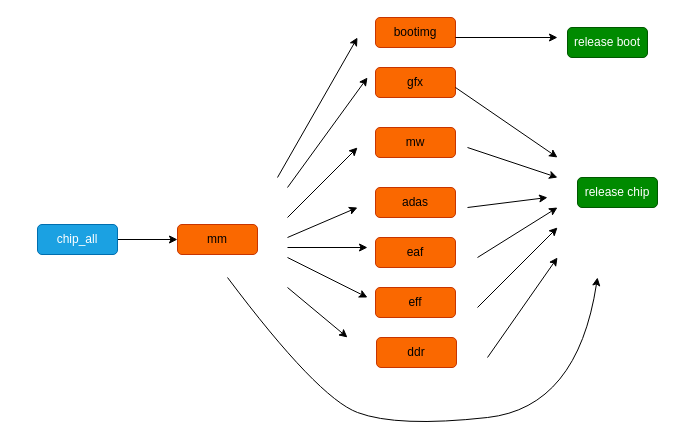
The draw.io diagram 未命名绘图.drawio in heliping/gjson, before the edit. Source tidied: cells renumbered, new cells numbered last; positions are measured from the earlier drawing's top-left corner, leaving out a move shared by most shapes. Both pictures are drawn from the tidied source at 100%, with x=0, y=0 at pixel (37, 17).
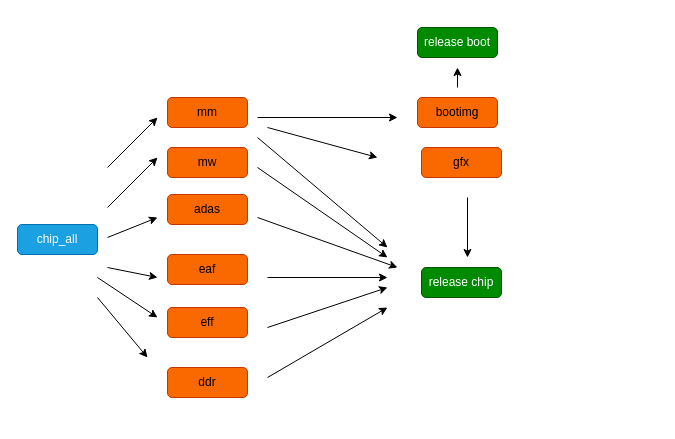
After the change.

What changed in the source:
```diff
@@
-    <mxCell id="2" style="edgeStyle=orthogonalEdgeStyle;rounded=0;jettySize=auto;html=1;" parent="1" edge="1" source="3" target="4">
-      <mxGeometry relative="1" as="geometry" />
-    </mxCell>
     <mxCell id="3" value="chip_all" style="rounded=1;whiteSpace=wrap;html=1;fillColor=#1ba1e2;strokeColor=#006EAF;fontColor=#ffffff;" parent="1" vertex="1">
-      <mxGeometry y="207" width="80" height="30" as="geometry" />
+      <mxGeometry x="-20" y="207" width="80" height="30" as="geometry" />
     </mxCell>
     <mxCell id="4" value="mm" style="rounded=1;whiteSpace=wrap;html=1;fillColor=#fa6800;fontColor=#000000;strokeColor=#C73500;" parent="1" vertex="1">
-      <mxGeometry x="140" y="207" width="80" height="30" as="geometry" />
+      <mxGeometry x="130" y="80" width="80" height="30" as="geometry" />
     </mxCell>
     <mxCell id="5" value="bootimg" style="rounded=1;whiteSpace=wrap;html=1;fillColor=#fa6800;fontColor=#000000;strokeColor=#C73500;" parent="1" vertex="1">
-      <mxGeometry x="338" width="80" height="30" as="geometry" />
+      <mxGeometry x="380" y="80" width="80" height="30" as="geometry" />
     </mxCell>
     <mxCell id="6" value="mw" style="rounded=1;whiteSpace=wrap;html=1;fillColor=#fa6800;fontColor=#000000;strokeColor=#C73500;" parent="1" vertex="1">
-      <mxGeometry x="338" y="110" width="80" height="30" as="geometry" />
+      <mxGeometry x="130" y="130" width="80" height="30" as="geometry" />
     </mxCell>
     <mxCell id="7" value="gfx" style="rounded=1;whiteSpace=wrap;html=1;fillColor=#fa6800;fontColor=#000000;strokeColor=#C73500;" parent="1" vertex="1">
-      <mxGeometry x="338" y="50" width="80" height="30" as="geometry" />
+      <mxGeometry x="384" y="130" width="80" height="30" as="geometry" />
     </mxCell>
     <mxCell id="8" value="adas" style="rounded=1;whiteSpace=wrap;html=1;fillColor=#fa6800;fontColor=#000000;strokeColor=#C73500;" parent="1" vertex="1">
-      <mxGeometry x="338" y="170" width="80" height="30" as="geometry" />
+      <mxGeometry x="130" y="177" width="80" height="30" as="geometry" />
     </mxCell>
     <mxCell id="9" value="eaf" style="rounded=1;whiteSpace=wrap;html=1;fillColor=#fa6800;fontColor=#000000;strokeColor=#C73500;" parent="1" vertex="1">
-      <mxGeometry x="338" y="220" width="80" height="30" as="geometry" />
+      <mxGeometry x="130" y="237" width="80" height="30" as="geometry" />
     </mxCell>
     <mxCell id="10" value="eff" style="rounded=1;whiteSpace=wrap;html=1;fillColor=#fa6800;fontColor=#000000;strokeColor=#C73500;" parent="1" vertex="1">
-      <mxGeometry x="338" y="270" width="80" height="30" as="geometry" />
+      <mxGeometry x="130" y="290" width="80" height="30" as="geometry" />
     </mxCell>
     <mxCell id="11" value="ddr" style="rounded=1;whiteSpace=wrap;html=1;fillColor=#fa6800;fontColor=#000000;strokeColor=#C73500;" parent="1" vertex="1">
-      <mxGeometry x="339" y="320" width="80" height="30" as="geometry" />
+      <mxGeometry x="130" y="350" width="80" height="30" as="geometry" />
     </mxCell>
     <mxCell id="12" value="release boot" style="rounded=1;whiteSpace=wrap;html=1;fillColor=#008a00;fontColor=#ffffff;strokeColor=#005700;" parent="1" vertex="1">
-      <mxGeometry x="530" y="10" width="80" height="30" as="geometry" />
+      <mxGeometry x="380" y="10" width="80" height="30" as="geometry" />
     </mxCell>
     <mxCell id="13" value="release chip" style="rounded=1;whiteSpace=wrap;html=1;fillColor=#008a00;fontColor=#ffffff;strokeColor=#005700;" parent="1" vertex="1">
-      <mxGeometry x="540" y="160" width="80" height="30" as="geometry" />
+      <mxGeometry x="384" y="250" width="80" height="30" as="geometry" />
     </mxCell>
-    <mxCell id="14" style="endArrow=classic;html=1;rounded=0;" parent="1" edge="1">
-      <mxGeometry relative="1" as="geometry">
-        <mxPoint x="240" y="160" as="sourcePoint" />
-        <mxPoint x="320" y="20" as="targetPoint" />
-      </mxGeometry>
-    </mxCell>
-    <mxCell id="15" style="endArrow=classic;html=1;rounded=0;" parent="1" edge="1">
-      <mxGeometry relative="1" as="geometry">
-        <mxPoint x="250" y="170" as="sourcePoint" />
-        <mxPoint x="330" y="60" as="targetPoint" />
-      </mxGeometry>
-    </mxCell>
-    <mxCell id="16" style="endArrow=classic;html=1;rounded=0;" parent="1" edge="1">
-      <mxGeometry relative="1" as="geometry">
-        <mxPoint x="250" y="200" as="sourcePoint" />
-        <mxPoint x="320" y="130" as="targetPoint" />
-      </mxGeometry>
-    </mxCell>
-    <mxCell id="17" style="endArrow=classic;html=1;rounded=0;" parent="1" edge="1">
-      <mxGeometry relative="1" as="geometry">
-        <mxPoint x="250" y="220" as="sourcePoint" />
-        <mxPoint x="320" y="190" as="targetPoint" />
-      </mxGeometry>
-    </mxCell>
-    <mxCell id="18" style="endArrow=classic;html=1;rounded=0;" parent="1" edge="1">
-      <mxGeometry relative="1" as="geometry">
-        <mxPoint x="250" y="230" as="sourcePoint" />
-        <mxPoint x="330" y="230" as="targetPoint" />
-      </mxGeometry>
-    </mxCell>
-    <mxCell id="19" style="endArrow=classic;html=1;rounded=0;" parent="1" edge="1">
-      <mxGeometry relative="1" as="geometry">
-        <mxPoint x="250" y="240" as="sourcePoint" />
-        <mxPoint x="330" y="280" as="targetPoint" />
-      </mxGeometry>
-    </mxCell>
-    <mxCell id="20" style="endArrow=classic;html=1;rounded=0;" parent="1" edge="1">
-      <mxGeometry relative="1" as="geometry">
-        <mxPoint x="250" y="270" as="sourcePoint" />
-        <mxPoint x="310" y="320" as="targetPoint" />
-      </mxGeometry>
-    </mxCell>
-    <mxCell id="21" style="endArrow=classic;html=1;rounded=0;" parent="1" edge="1">
-      <mxGeometry relative="1" as="geometry">
-        <mxPoint x="418" y="20" as="sourcePoint" />
-        <mxPoint x="520" y="20" as="targetPoint" />
-      </mxGeometry>
-    </mxCell>
-    <mxCell id="22" style="endArrow=classic;html=1;rounded=0;" parent="1" edge="1">
-      <mxGeometry relative="1" as="geometry">
-        <mxPoint x="418" y="70" as="sourcePoint" />
-        <mxPoint x="520" y="140" as="targetPoint" />
-      </mxGeometry>
-    </mxCell>
-    <mxCell id="23" style="endArrow=classic;html=1;rounded=0;" parent="1" edge="1">
-      <mxGeometry relative="1" as="geometry">
-        <mxPoint x="430" y="130" as="sourcePoint" />
-        <mxPoint x="520" y="160" as="targetPoint" />
-      </mxGeometry>
-    </mxCell>
-    <mxCell id="24" style="endArrow=classic;html=1;rounded=0;" parent="1" edge="1">
-      <mxGeometry relative="1" as="geometry">
-        <mxPoint x="430" y="190" as="sourcePoint" />
-        <mxPoint x="510" y="180" as="targetPoint" />
-      </mxGeometry>
-    </mxCell>
-    <mxCell id="25" style="endArrow=classic;html=1;rounded=0;" parent="1" edge="1">
-      <mxGeometry relative="1" as="geometry">
-        <mxPoint x="440" y="240" as="sourcePoint" />
-        <mxPoint x="520" y="190" as="targetPoint" />
-      </mxGeometry>
-    </mxCell>
-    <mxCell id="26" style="endArrow=classic;html=1;rounded=0;" parent="1" edge="1">
-      <mxGeometry relative="1" as="geometry">
-        <mxPoint x="440" y="290" as="sourcePoint" />
-        <mxPoint x="520" y="210" as="targetPoint" />
-      </mxGeometry>
-    </mxCell>
-    <mxCell id="27" style="endArrow=classic;html=1;rounded=0;" parent="1" edge="1">
-      <mxGeometry relative="1" as="geometry">
-        <mxPoint x="450" y="340" as="sourcePoint" />
-        <mxPoint x="520" y="240" as="targetPoint" />
-      </mxGeometry>
-    </mxCell>
-    <mxCell id="28" style="curved=1;endArrow=classic;html=1;rounded=0;" parent="1" edge="1">
-      <mxGeometry relative="1" as="geometry">
-        <mxPoint x="190" y="260" as="sourcePoint" />
-        <mxPoint x="560" y="260" as="targetPoint" />
-        <Array as="points">
-          <mxPoint x="280" y="380" />
-          <mxPoint x="360" y="410" />
-          <mxPoint x="540" y="390" />
-        </Array>
-      </mxGeometry>
-    </mxCell>
+    <mxCell id="29" style="endArrow=classic;html=1;rounded=0;" parent="1" edge="1">
+      <mxGeometry relative="1" as="geometry">
+        <mxPoint x="70" y="150" as="sourcePoint" />
+        <mxPoint x="120" y="100" as="targetPoint" />
+      </mxGeometry>
+    </mxCell>
+    <mxCell id="30" style="endArrow=classic;html=1;rounded=0;" parent="1" edge="1">
+      <mxGeometry relative="1" as="geometry">
+        <mxPoint x="70" y="190" as="sourcePoint" />
+        <mxPoint x="120" y="140" as="targetPoint" />
+      </mxGeometry>
+    </mxCell>
+    <mxCell id="31" style="endArrow=classic;html=1;rounded=0;" parent="1" edge="1">
+      <mxGeometry relative="1" as="geometry">
+        <mxPoint x="70" y="220" as="sourcePoint" />
+        <mxPoint x="120" y="200" as="targetPoint" />
+      </mxGeometry>
+    </mxCell>
+    <mxCell id="32" style="endArrow=classic;html=1;rounded=0;" parent="1" edge="1">
+      <mxGeometry relative="1" as="geometry">
+        <mxPoint x="70" y="250" as="sourcePoint" />
+        <mxPoint x="120" y="260" as="targetPoint" />
+      </mxGeometry>
+    </mxCell>
+    <mxCell id="33" style="endArrow=classic;html=1;rounded=0;" parent="1" edge="1">
+      <mxGeometry relative="1" as="geometry">
+        <mxPoint x="60" y="260" as="sourcePoint" />
+        <mxPoint x="120" y="300" as="targetPoint" />
+      </mxGeometry>
+    </mxCell>
+    <mxCell id="34" style="endArrow=classic;html=1;rounded=0;" parent="1" edge="1">
+      <mxGeometry relative="1" as="geometry">
+        <mxPoint x="60" y="280" as="sourcePoint" />
+        <mxPoint x="110" y="340" as="targetPoint" />
+      </mxGeometry>
+    </mxCell>
+    <mxCell id="35" style="endArrow=classic;html=1;rounded=0;" parent="1" edge="1">
+      <mxGeometry relative="1" as="geometry">
+        <mxPoint x="220" y="100" as="sourcePoint" />
+        <mxPoint x="360" y="100" as="targetPoint" />
+      </mxGeometry>
+    </mxCell>
+    <mxCell id="36" style="endArrow=classic;html=1;rounded=0;" parent="1" edge="1">
+      <mxGeometry relative="1" as="geometry">
+        <mxPoint x="230" y="110" as="sourcePoint" />
+        <mxPoint x="340" y="140" as="targetPoint" />
+      </mxGeometry>
+    </mxCell>
+    <mxCell id="37" style="endArrow=classic;html=1;rounded=0;" parent="1" edge="1">
+      <mxGeometry relative="1" as="geometry">
+        <mxPoint x="430" y="180" as="sourcePoint" />
+        <mxPoint x="430" y="240" as="targetPoint" />
+      </mxGeometry>
+    </mxCell>
+    <mxCell id="38" style="endArrow=classic;html=1;rounded=0;exitX=1;exitY=1;exitDx=0;exitDy=0;" parent="1" edge="1">
+      <mxGeometry relative="1" as="geometry">
+        <mxPoint x="220" y="120" as="sourcePoint" />
+        <mxPoint x="350" y="230" as="targetPoint" />
+      </mxGeometry>
+    </mxCell>
+    <mxCell id="39" style="endArrow=classic;html=1;rounded=0;" parent="1" edge="1">
+      <mxGeometry relative="1" as="geometry">
+        <mxPoint x="420" y="70" as="sourcePoint" />
+        <mxPoint x="420" y="50" as="targetPoint" />
+      </mxGeometry>
+    </mxCell>
+    <mxCell id="40" style="endArrow=classic;html=1;rounded=0;exitX=1;exitY=1;exitDx=0;exitDy=0;" parent="1" edge="1">
+      <mxGeometry relative="1" as="geometry">
+        <mxPoint x="220" y="150" as="sourcePoint" />
+        <mxPoint x="350" y="240" as="targetPoint" />
+      </mxGeometry>
+    </mxCell>
+    <mxCell id="41" style="endArrow=classic;html=1;rounded=0;" parent="1" edge="1">
+      <mxGeometry relative="1" as="geometry">
+        <mxPoint x="220" y="200" as="sourcePoint" />
+        <mxPoint x="360" y="250" as="targetPoint" />
+      </mxGeometry>
+    </mxCell>
+    <mxCell id="42" style="endArrow=classic;html=1;rounded=0;" parent="1" edge="1">
+      <mxGeometry relative="1" as="geometry">
+        <mxPoint x="230" y="260" as="sourcePoint" />
+        <mxPoint x="350" y="260" as="targetPoint" />
+      </mxGeometry>
+    </mxCell>
+    <mxCell id="43" style="endArrow=classic;html=1;rounded=0;" parent="1" edge="1">
+      <mxGeometry relative="1" as="geometry">
+        <mxPoint x="230" y="310" as="sourcePoint" />
+        <mxPoint x="350" y="270" as="targetPoint" />
+      </mxGeometry>
+    </mxCell>
+    <mxCell id="44" style="endArrow=classic;html=1;rounded=0;" parent="1" edge="1">
+      <mxGeometry relative="1" as="geometry">
+        <mxPoint x="230" y="360" as="sourcePoint" />
+        <mxPoint x="350" y="290" as="targetPoint" />
+      </mxGeometry>
+    </mxCell>
```
